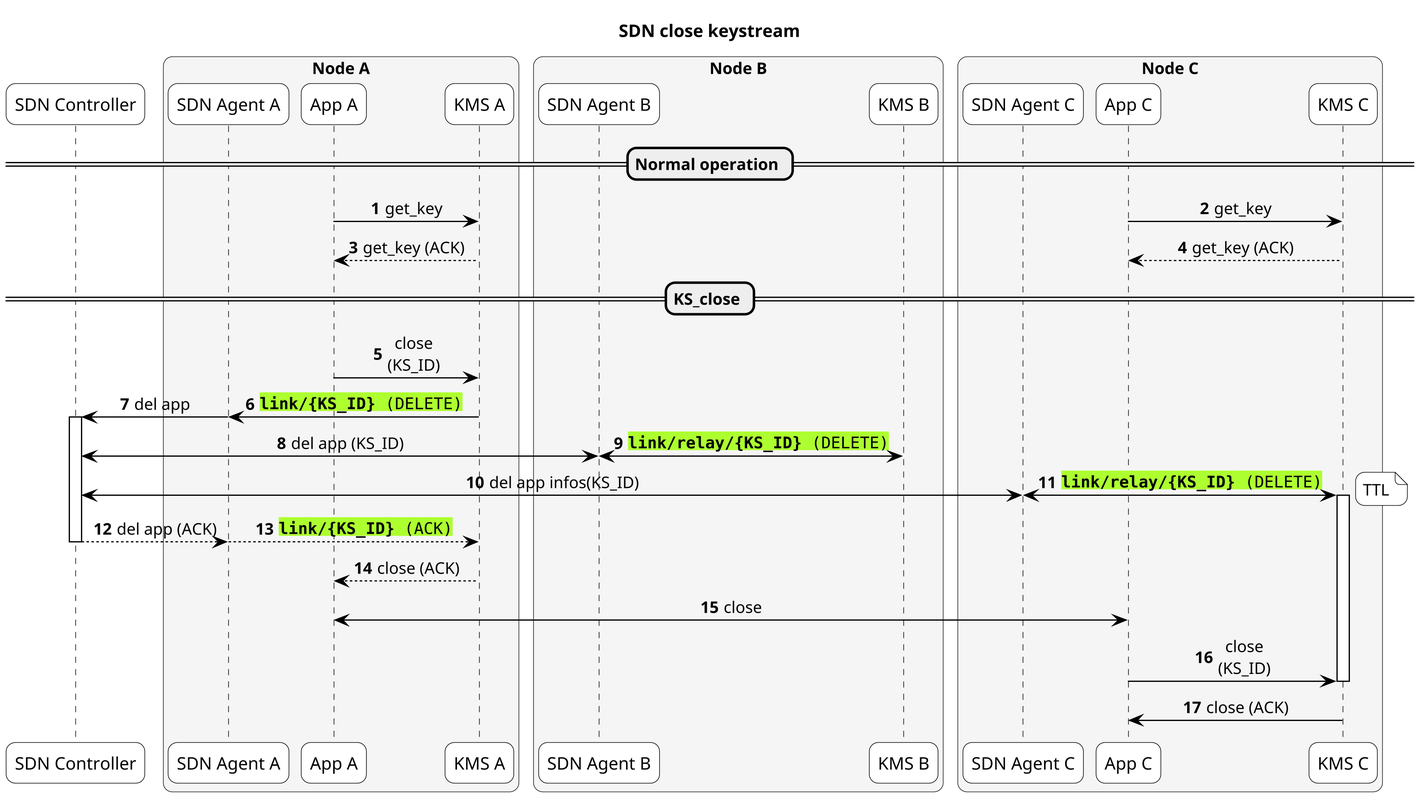
The PlantUML diagram doc/figures/sequence_sdn_etsi004_close.png in ait-crypto/kms-sdn-agent-interface-specification, before a commit.
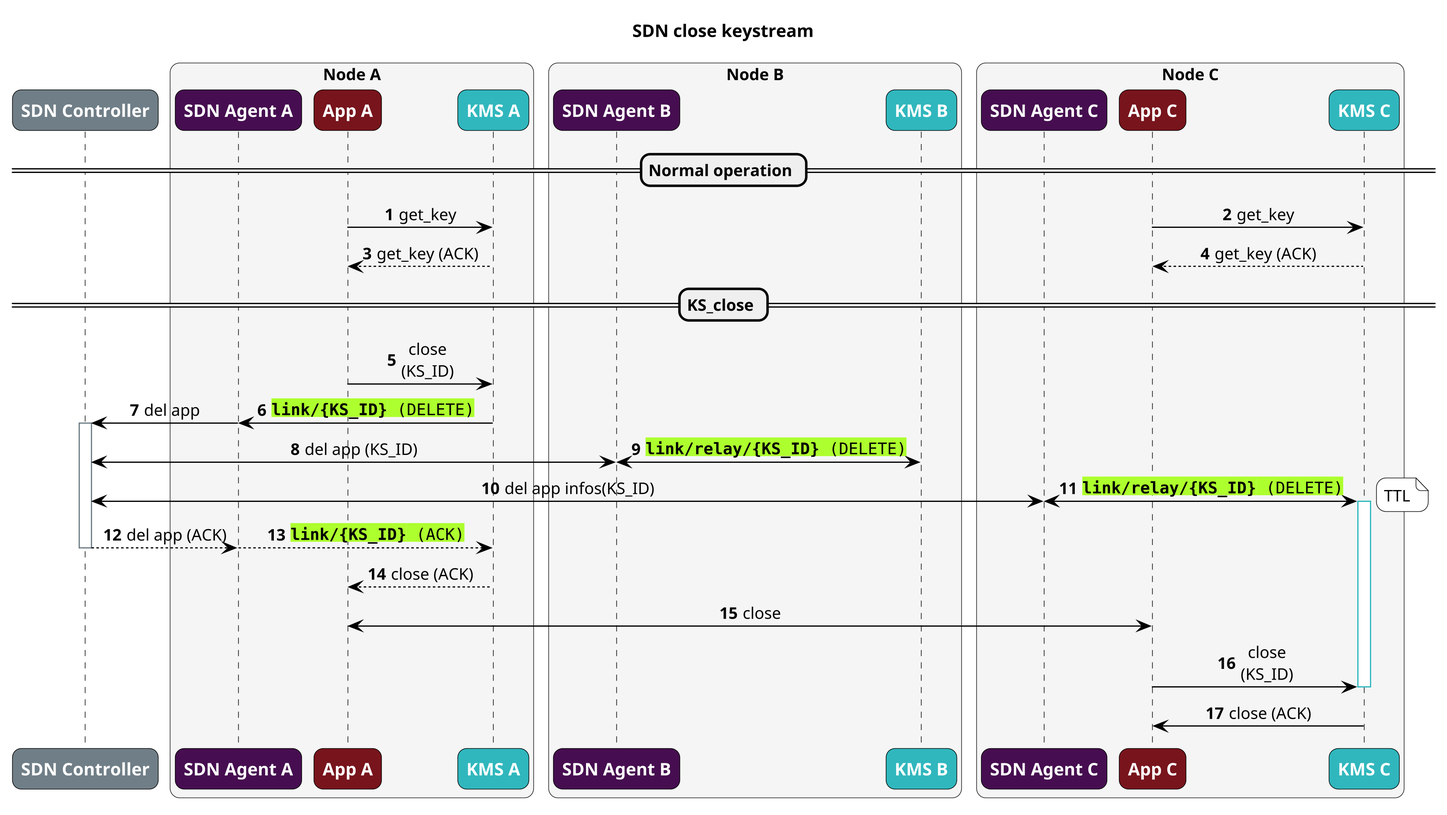
Later version of the same file.

What changed in the source:
```diff
@@ -1,6 +1,7 @@
 @startuml
 !include ./style.pu
 autonumber
+hide stereotype
 
 skinparam dpi 300
 
@@ -8,22 +9,22 @@
 
 title: SDN close keystream
 
-participant "SDN Controller" as SDN_Controller
+participant "SDN Controller" as SDN_Controller <<sdnc>>
 
 box "Node A" #WhiteSmoke
-participant "SDN Agent A" as SDN_A
-participant "App A" as App_A
-participant "KMS A" as KMS_A
+participant "SDN Agent A" as SDN_A <<sdna>>
+participant "App A" as App_A <<app>>
+participant "KMS A" as KMS_A <<kms>>
 end box
 box "Node B" #WhiteSmoke
-participant "SDN Agent B" as SDN_B
-participant "KMS B" as KMS_B
+participant "SDN Agent B" as SDN_B <<sdna>>
+participant "KMS B" as KMS_B <<kms>>
 end box
 
 box "Node C" #WhiteSmoke
-participant "SDN Agent C" as SDN_C
-participant "App C" as App_C
-participant "KMS C" as KMS_C
+participant "SDN Agent C" as SDN_C <<sdna>>
+participant "App C" as App_C <<app>>
+participant "KMS C" as KMS_C <<kms>>
 end box
 
 == Normal operation ==
```
